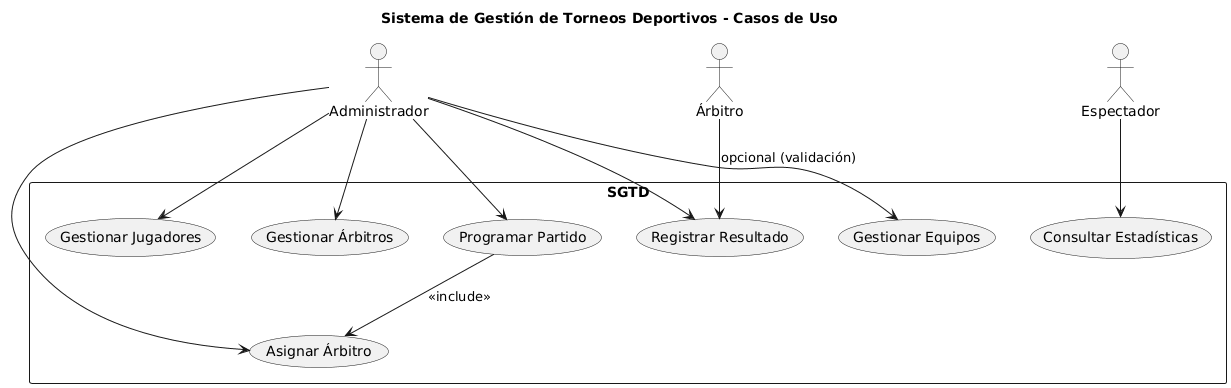
Cfabiola25/siget keeps this PlantUML diagram as modeling-and-docs/uml/export/usecase.png. Above is the earlier version. Source of this version:
```plantuml
@startuml
title Sistema de Gestión de Torneos Deportivos - Casos de Uso

actor Administrador as Admin
actor "Árbitro" as Ref
actor "Espectador" as Viewer

rectangle "SGTD" {
  usecase "Gestionar Equipos" as UC_Equipos
  usecase "Gestionar Jugadores" as UC_Jugadores
  usecase "Gestionar Árbitros" as UC_Arbitros
  usecase "Programar Partido" as UC_Programar
  usecase "Asignar Árbitro" as UC_Asignar
  usecase "Registrar Resultado" as UC_Resultado
  usecase "Consultar Estadísticas" as UC_Stats
}

Admin --> UC_Equipos
Admin --> UC_Jugadores
Admin --> UC_Arbitros
Admin --> UC_Programar
Admin --> UC_Asignar
Admin --> UC_Resultado
Viewer --> UC_Stats
Ref --> UC_Resultado : "opcional (validación)"

UC_Programar --> UC_Asignar : <<include>>
@enduml
```
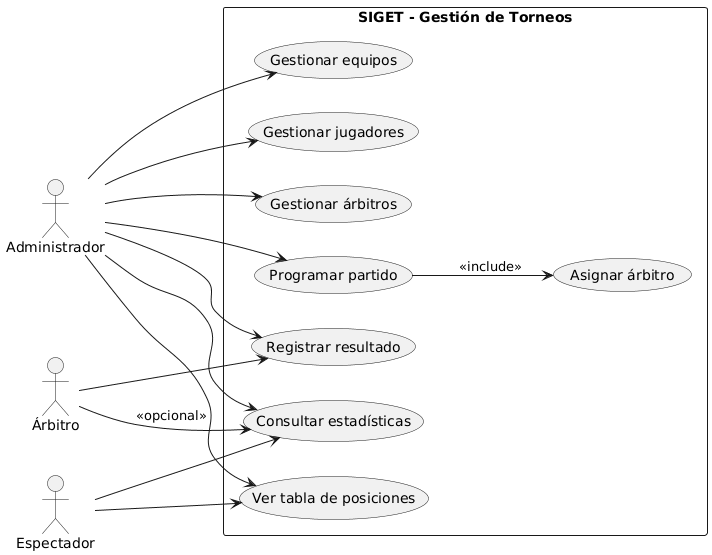
Later version of the same file.

Change to the diagram source:
```diff
@@ -1,28 +1,41 @@
 @startuml
-title Sistema de Gestión de Torneos Deportivos - Casos de Uso
+left to right direction
+skinparam packageStyle rectangle
 
-actor Administrador as Admin
-actor "Árbitro" as Ref
+actor "Administrador" as Admin
+actor "Árbitro" as Arb
 actor "Espectador" as Viewer
 
-rectangle "SGTD" {
-  usecase "Gestionar Equipos" as UC_Equipos
-  usecase "Gestionar Jugadores" as UC_Jugadores
-  usecase "Gestionar Árbitros" as UC_Arbitros
-  usecase "Programar Partido" as UC_Programar
-  usecase "Asignar Árbitro" as UC_Asignar
-  usecase "Registrar Resultado" as UC_Resultado
-  usecase "Consultar Estadísticas" as UC_Stats
+rectangle "SIGET - Gestión de Torneos" as SIGET {
+
+  usecase "Gestionar equipos" as UC_Equipos
+  usecase "Gestionar jugadores" as UC_Jugadores
+  usecase "Gestionar árbitros" as UC_Arbitros
+
+  usecase "Programar partido" as UC_Programar
+  usecase "Asignar árbitro" as UC_Asignar
+
+  usecase "Registrar resultado" as UC_Resultado
+
+  usecase "Consultar estadísticas" as UC_Estadisticas
+  usecase "Ver tabla de posiciones" as UC_Tablas
 }
+
 
 Admin --> UC_Equipos
 Admin --> UC_Jugadores
 Admin --> UC_Arbitros
 Admin --> UC_Programar
-Admin --> UC_Asignar
 Admin --> UC_Resultado
-Viewer --> UC_Stats
-Ref --> UC_Resultado : "opcional (validación)"
+Admin --> UC_Estadisticas
+Admin --> UC_Tablas
+
+Arb --> UC_Resultado
+Arb --> UC_Estadisticas : <<opcional>>
+
+Viewer --> UC_Estadisticas
+Viewer --> UC_Tablas
+
 
 UC_Programar --> UC_Asignar : <<include>>
 @enduml
```
